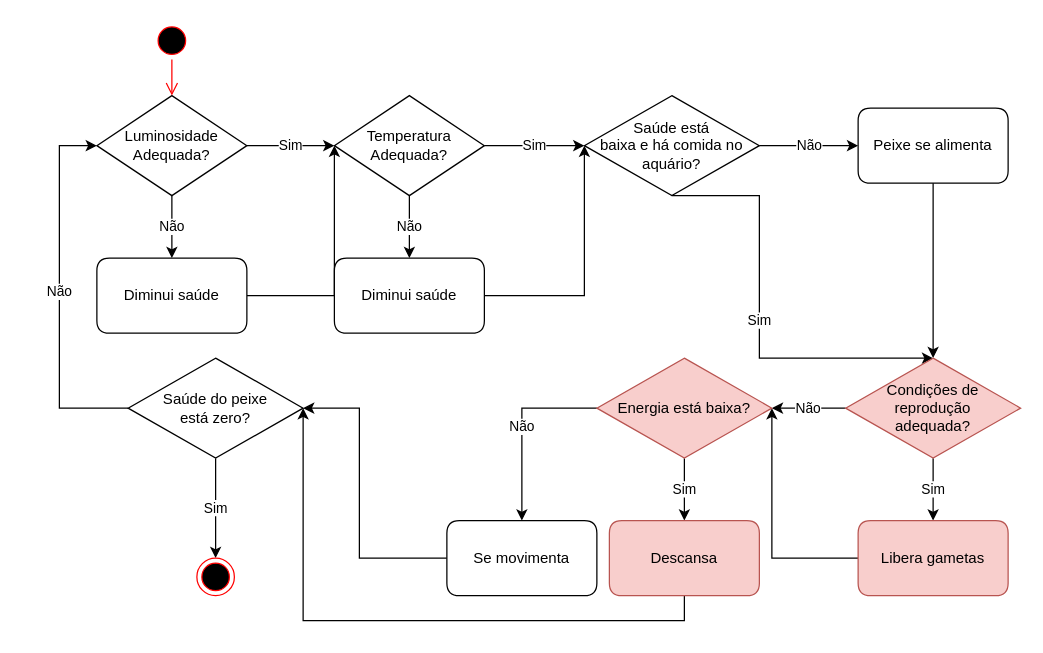
This is page "Diagrama de atividade ciclo de vida do peixe" (7 of 8) of _carlos/diagramas.drawio from dalton-reis/tcc_CarlosEduardoMachado, a draw.io file, before an edit. Source tidied: cells renumbered, new cells numbered last; positions are measured from the earlier drawing's top-left corner, leaving out a move shared by most shapes. Both pictures are drawn from the tidied source at 125%, with x=0, y=0 at pixel (59, 21).
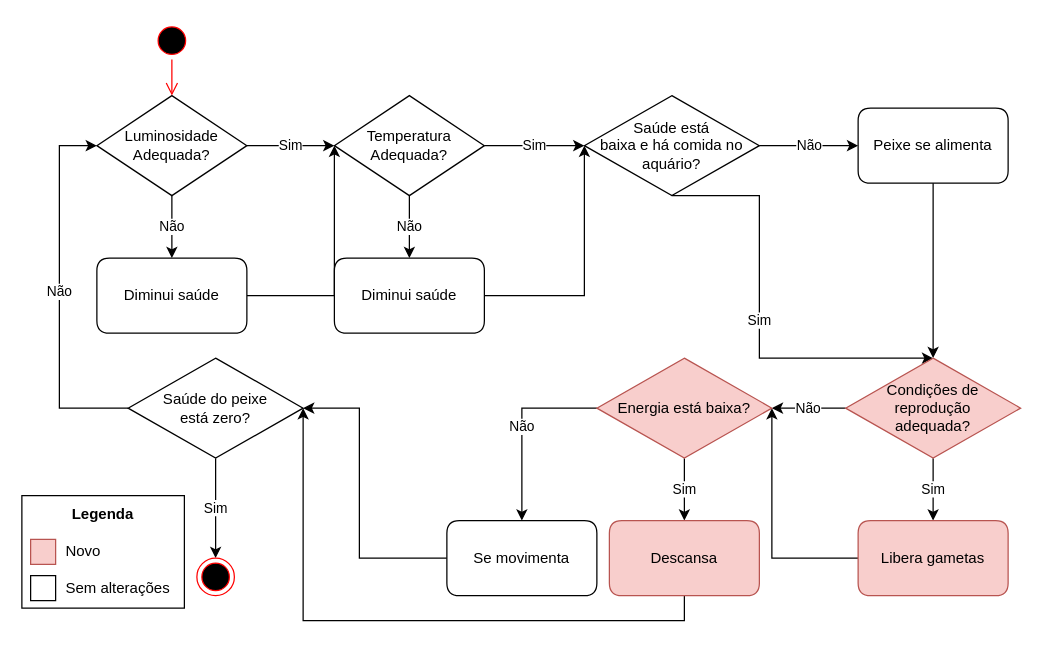
The same page after the edit.

The edit, as a diff of the source:
```diff
@@
+    <mxCell id="35" style="group;" parent="1" vertex="1">
+      <mxGeometry x="-30" y="379" width="130" height="90" as="geometry" />
+    </mxCell>
+    <mxCell id="36" value="&lt;br&gt;&lt;br&gt;&lt;span style=&quot;white-space: pre&quot;&gt;&#9;&lt;/span&gt;&lt;span style=&quot;white-space: pre&quot;&gt;&amp;nbsp; &lt;/span&gt;Novo&lt;br&gt;&lt;br&gt;&lt;span style=&quot;white-space: pre&quot;&gt;&#9;&lt;/span&gt;&amp;nbsp; Sem alterações" style="rounded=0;whiteSpace=wrap;html=1;align=left;" parent="35" vertex="1">
+      <mxGeometry width="130" height="90" as="geometry" />
+    </mxCell>
+    <mxCell id="37" value="&lt;font color=&quot;#000000&quot;&gt;Legenda&lt;/font&gt;" style="text;html=1;strokeColor=none;fillColor=none;align=center;verticalAlign=middle;whiteSpace=wrap;rounded=0;fontColor=#4D9900;fontStyle=1;" parent="35" vertex="1">
+      <mxGeometry width="130" height="30" as="geometry" />
+    </mxCell>
+    <mxCell id="38" style="rounded=0;whiteSpace=wrap;html=1;fillColor=#f8cecc;strokeColor=#b85450;" parent="35" vertex="1">
+      <mxGeometry x="7" y="35" width="20" height="20" as="geometry" />
+    </mxCell>
+    <mxCell id="39" style="rounded=0;whiteSpace=wrap;html=1;" parent="35" vertex="1">
+      <mxGeometry x="7" y="64" width="20" height="20" as="geometry" />
+    </mxCell>
```
